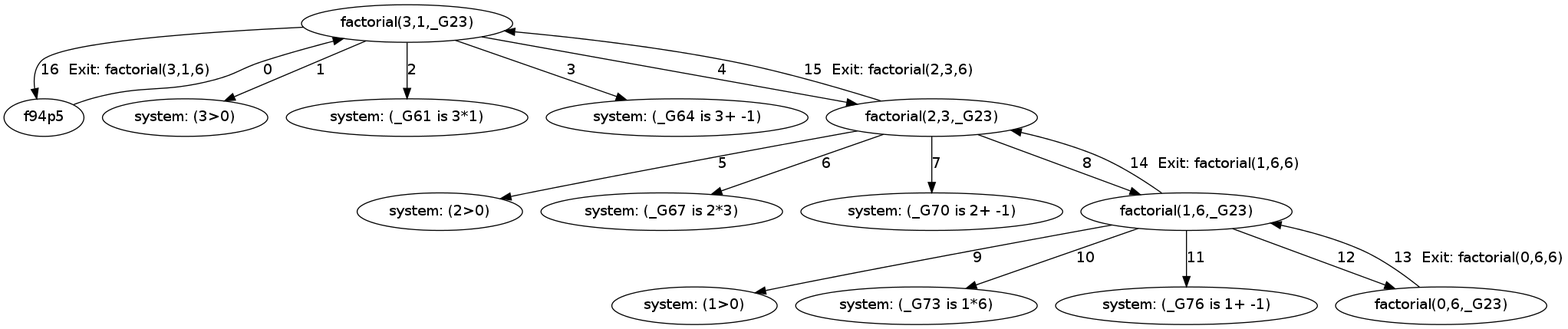
ljcoomber/prolog-dot-trace keeps this Graphviz diagram as examples/factorial.png. Above is the earlier version. Its source is kept beside it as examples/factorial.dot.
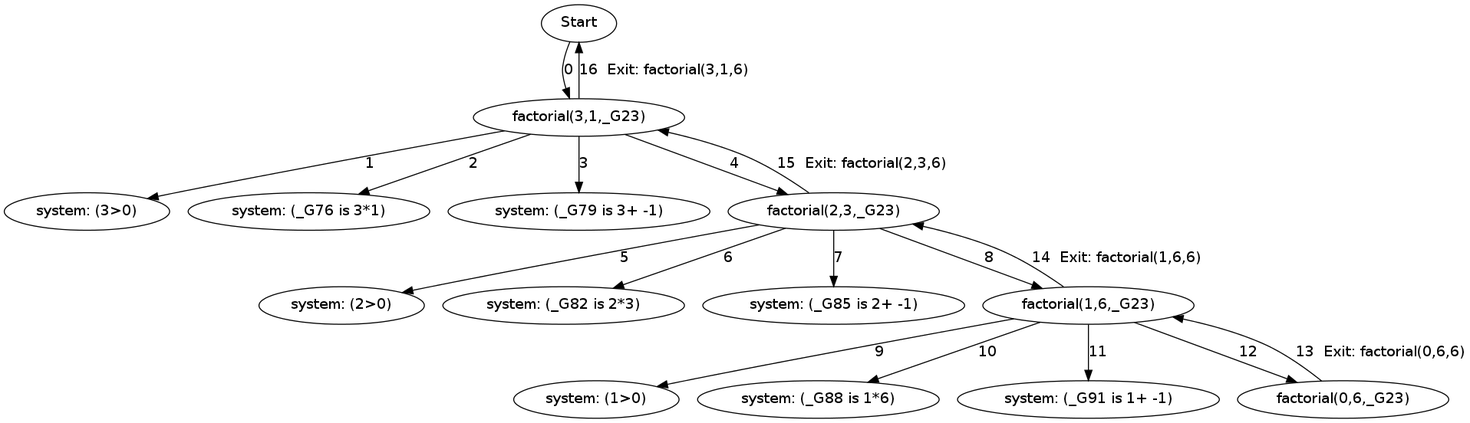
Later version of the same file.

Commit message:
Remove predicates that are no longer needed as result of removing start/stop trace. Create start node correctly.

The edit, as a diff of the source:
```diff
@@ -1,32 +1,33 @@
 digraph prologTrace {
-    "f105p20" [label="factorial(3,1,_G23)"];
-    "f94p5" -> "f105p20" [label="0"];
-    "f126p6" [label="system: (3>0)"];
-    "f105p20" -> "f126p6" [label="1"];
-    "f126p17" [label="system: (_G61 is 3*1)"];
-    "f105p20" -> "f126p17" [label="2"];
-    "f126p21" [label="system: (_G64 is 3+ -1)"];
-    "f105p20" -> "f126p21" [label="3"];
-    "f126p28" [label="factorial(2,3,_G23)"];
-    "f105p20" -> "f126p28" [label="4"];
-    "f147p6" [label="system: (2>0)"];
-    "f126p28" -> "f147p6" [label="5"];
-    "f147p17" [label="system: (_G67 is 2*3)"];
-    "f126p28" -> "f147p17" [label="6"];
-    "f147p21" [label="system: (_G70 is 2+ -1)"];
-    "f126p28" -> "f147p21" [label="7"];
-    "f147p28" [label="factorial(1,6,_G23)"];
-    "f126p28" -> "f147p28" [label="8"];
-    "f168p6" [label="system: (1>0)"];
-    "f147p28" -> "f168p6" [label="9"];
-    "f168p17" [label="system: (_G73 is 1*6)"];
-    "f147p28" -> "f168p17" [label="10"];
-    "f168p21" [label="system: (_G76 is 1+ -1)"];
-    "f147p28" -> "f168p21" [label="11"];
-    "f168p28" [label="factorial(0,6,_G23)"];
-    "f147p28" -> "f168p28" [label="12"];
-    "f168p28" -> "f147p28" [label="13  Exit: factorial(0,6,6)"];
-    "f147p28" -> "f126p28" [label="14  Exit: factorial(1,6,6)"];
-    "f126p28" -> "f105p20" [label="15  Exit: factorial(2,3,6)"];
-    "f105p20" -> "f94p5" [label="16  Exit: factorial(3,1,6)"];
+    "f94p5" [label="Start"];
+    "f107p40" [label="factorial(3,1,_G23)"];
+    "f94p5" -> "f107p40" [label="0"];
+    "f128p6" [label="system: (3>0)"];
+    "f107p40" -> "f128p6" [label="1"];
+    "f128p17" [label="system: (_G76 is 3*1)"];
+    "f107p40" -> "f128p17" [label="2"];
+    "f128p21" [label="system: (_G79 is 3+ -1)"];
+    "f107p40" -> "f128p21" [label="3"];
+    "f128p28" [label="factorial(2,3,_G23)"];
+    "f107p40" -> "f128p28" [label="4"];
+    "f149p6" [label="system: (2>0)"];
+    "f128p28" -> "f149p6" [label="5"];
+    "f149p17" [label="system: (_G82 is 2*3)"];
+    "f128p28" -> "f149p17" [label="6"];
+    "f149p21" [label="system: (_G85 is 2+ -1)"];
+    "f128p28" -> "f149p21" [label="7"];
+    "f149p28" [label="factorial(1,6,_G23)"];
+    "f128p28" -> "f149p28" [label="8"];
+    "f170p6" [label="system: (1>0)"];
+    "f149p28" -> "f170p6" [label="9"];
+    "f170p17" [label="system: (_G88 is 1*6)"];
+    "f149p28" -> "f170p17" [label="10"];
+    "f170p21" [label="system: (_G91 is 1+ -1)"];
+    "f149p28" -> "f170p21" [label="11"];
+    "f170p28" [label="factorial(0,6,_G23)"];
+    "f149p28" -> "f170p28" [label="12"];
+    "f170p28" -> "f149p28" [label="13  Exit: factorial(0,6,6)"];
+    "f149p28" -> "f128p28" [label="14  Exit: factorial(1,6,6)"];
+    "f128p28" -> "f107p40" [label="15  Exit: factorial(2,3,6)"];
+    "f107p40" -> "f94p5" [label="16  Exit: factorial(3,1,6)"];
 }
```
